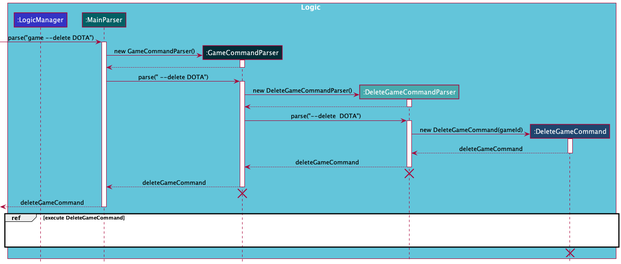
Above: docs/images/DeleteGameSequenceDiagram.png in nus-cs2103-AY2122S1/tp (PlantUML), before the change.
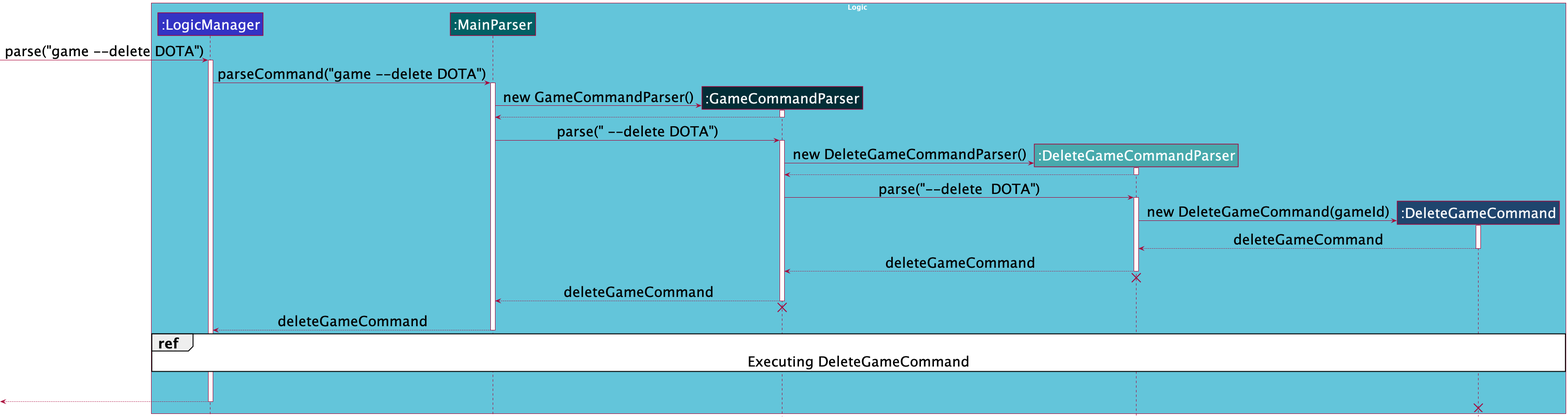
After the commit.

Commit message:
Update sequence diagrams

The edit, as a diff of the source:
```diff
@@ -1,5 +1,6 @@
 @startuml
 !include style.puml
+skinparam defaultFontSize 30
 
 box Logic GAME_DELETE_BOX_COLOR
 participant ":LogicManager" as LogicManager LOGIC_COLOR
@@ -9,7 +10,11 @@
 participant ":DeleteGameCommand" as DeleteGameCommand DELETE_GAME_COLOR
 end box
 
-[-> MainParser : parse("game --delete DOTA")
+
+[-> LogicManager : parse("game --delete DOTA")
+activate LogicManager
+
+LogicManager -> MainParser : parseCommand("game --delete DOTA")
 activate MainParser
 
 create GameCommandParser
@@ -48,13 +53,17 @@
 GameCommandParser -[hidden]-> MainParser
 destroy GameCommandParser
 
-[<--MainParser : deleteGameCommand
+LogicManager <--MainParser : deleteGameCommand
 deactivate MainParser
 
-group ref [execute DeleteGameCommand]
+ref over LogicManager, DeleteGameCommand: Executing DeleteGameCommand
+
 LogicManager -[hidden]-> LogicManager
 DeleteGameCommand -[hidden]-> DeleteGameCommand
-end
+
+
+[<--LogicManager
+deactivate LogicManager
 
 [<-[hidden]- DeleteGameCommand
 destroy DeleteGameCommand
```
